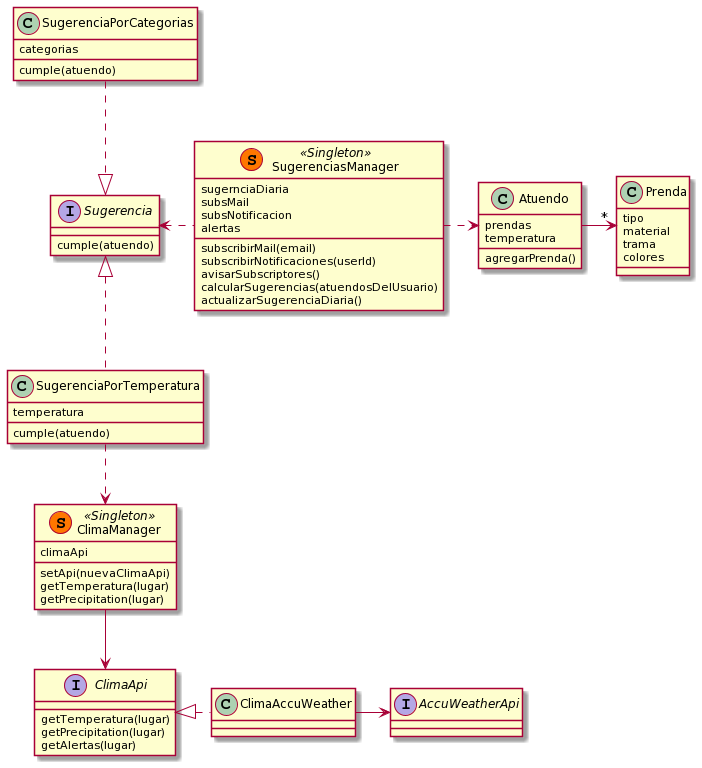
Before: QMP6/diagrama.png, a diagram exported from PlantUML (igonzalezmartin/QMP1). The source it was exported from:
```plantuml
@startuml
class Prenda {
  tipo
  material
  trama
  colores
}

class Atuendo {
  prendas
  temperatura
  agregarPrenda()
}

class SugerenciasManager << (S,#FF7700) Singleton >>{
    sugernciaDiaria
    subsMail
    subsNotificacion
    alertas

    subscribirMail(email)
    subscribirNotificaciones(userId)
    avisarSubscriptores()
    calcularSugerencias(atuendosDelUsuario)
    actualizarSugerenciaDiaria()
}

interface Sugerencia{
    cumple(atuendo)
}

class SugerenciaPorTemperatura{
    temperatura
    cumple(atuendo)
}

class SugerenciaPorCategorias{
    categorias
    cumple(atuendo)
}



class ClimaManager << (S,#FF7700) Singleton >>{
    climaApi
    setApi(nuevaClimaApi)
    getTemperatura(lugar)
    getPrecipitation(lugar)
}

interface ClimaApi{
    getTemperatura(lugar)
    getPrecipitation(lugar)
    getAlertas(lugar)
}

class ClimaAccuWeather{

}

interface AccuWeatherApi{

}



Atuendo -> "*" Prenda

SugerenciasManager .right.> Atuendo
SugerenciasManager .left.> Sugerencia
SugerenciaPorTemperatura .up.|> Sugerencia
SugerenciaPorCategorias .down.|> Sugerencia


SugerenciaPorTemperatura .down.> ClimaManager
ClimaManager -down-> ClimaApi
ClimaAccuWeather .left.|> ClimaApi
ClimaAccuWeather -right-> AccuWeatherApi
@enduml
```
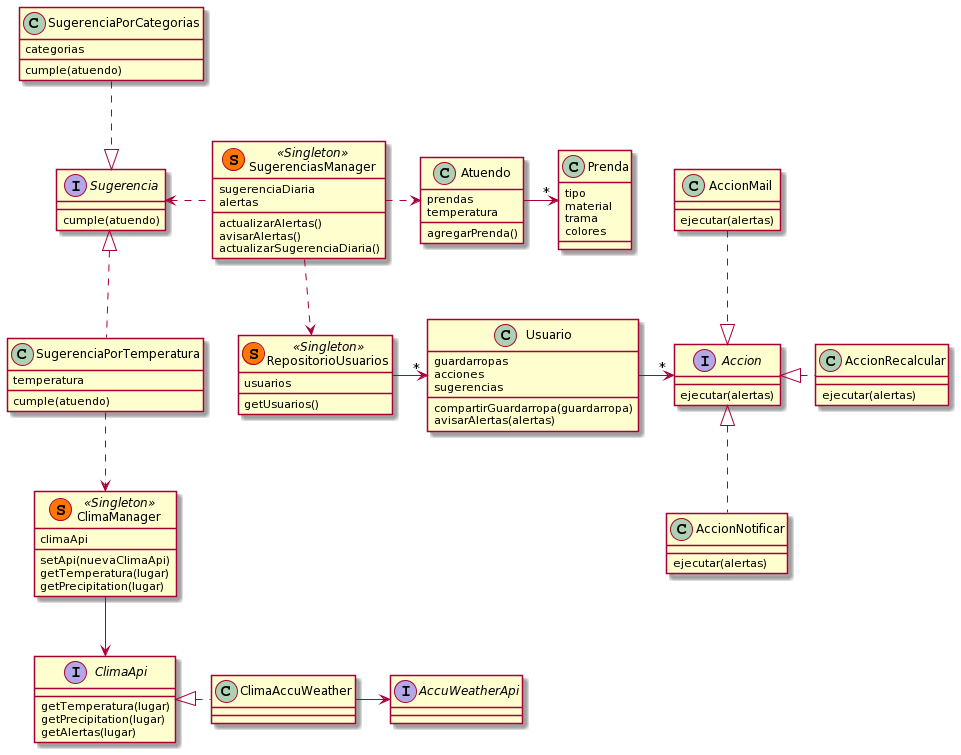
Later version of the same file.

Commit message:
diagrama re-planteado

Diff of the diagram source:
```diff
@@ -12,18 +12,46 @@
   agregarPrenda()
 }
 
+
+
 class SugerenciasManager << (S,#FF7700) Singleton >>{
-    sugernciaDiaria
-    subsMail
-    subsNotificacion
+    sugerenciaDiaria
     alertas
 
-    subscribirMail(email)
-    subscribirNotificaciones(userId)
-    avisarSubscriptores()
-    calcularSugerencias(atuendosDelUsuario)
+    actualizarAlertas()
+    avisarAlertas()
     actualizarSugerenciaDiaria()
 }
+
+class Usuario{
+    guardarropas
+    acciones
+    sugerencias
+
+    compartirGuardarropa(guardarropa)
+    avisarAlertas(alertas)
+}
+
+class RepositorioUsuarios << (S,#FF7700) Singleton >>{
+    usuarios
+    getUsuarios()
+
+}
+
+interface Accion{
+    ejecutar(alertas)
+}
+
+class AccionMail{
+ejecutar(alertas)
+}
+class AccionRecalcular{
+ejecutar(alertas)
+}
+class AccionNotificar{
+ejecutar(alertas)
+}
+
 
 interface Sugerencia{
     cumple(atuendo)
@@ -71,6 +99,15 @@
 SugerenciaPorTemperatura .up.|> Sugerencia
 SugerenciaPorCategorias .down.|> Sugerencia
 
+SugerenciasManager .down.> RepositorioUsuarios
+RepositorioUsuarios -right-> "*" Usuario
+Usuario -right-> "*" Accion
+
+AccionNotificar .up.|> Accion
+AccionMail .down.|> Accion
+AccionRecalcular .left.|> Accion
+
+
 
 SugerenciaPorTemperatura .down.> ClimaManager
 ClimaManager -down-> ClimaApi
```
